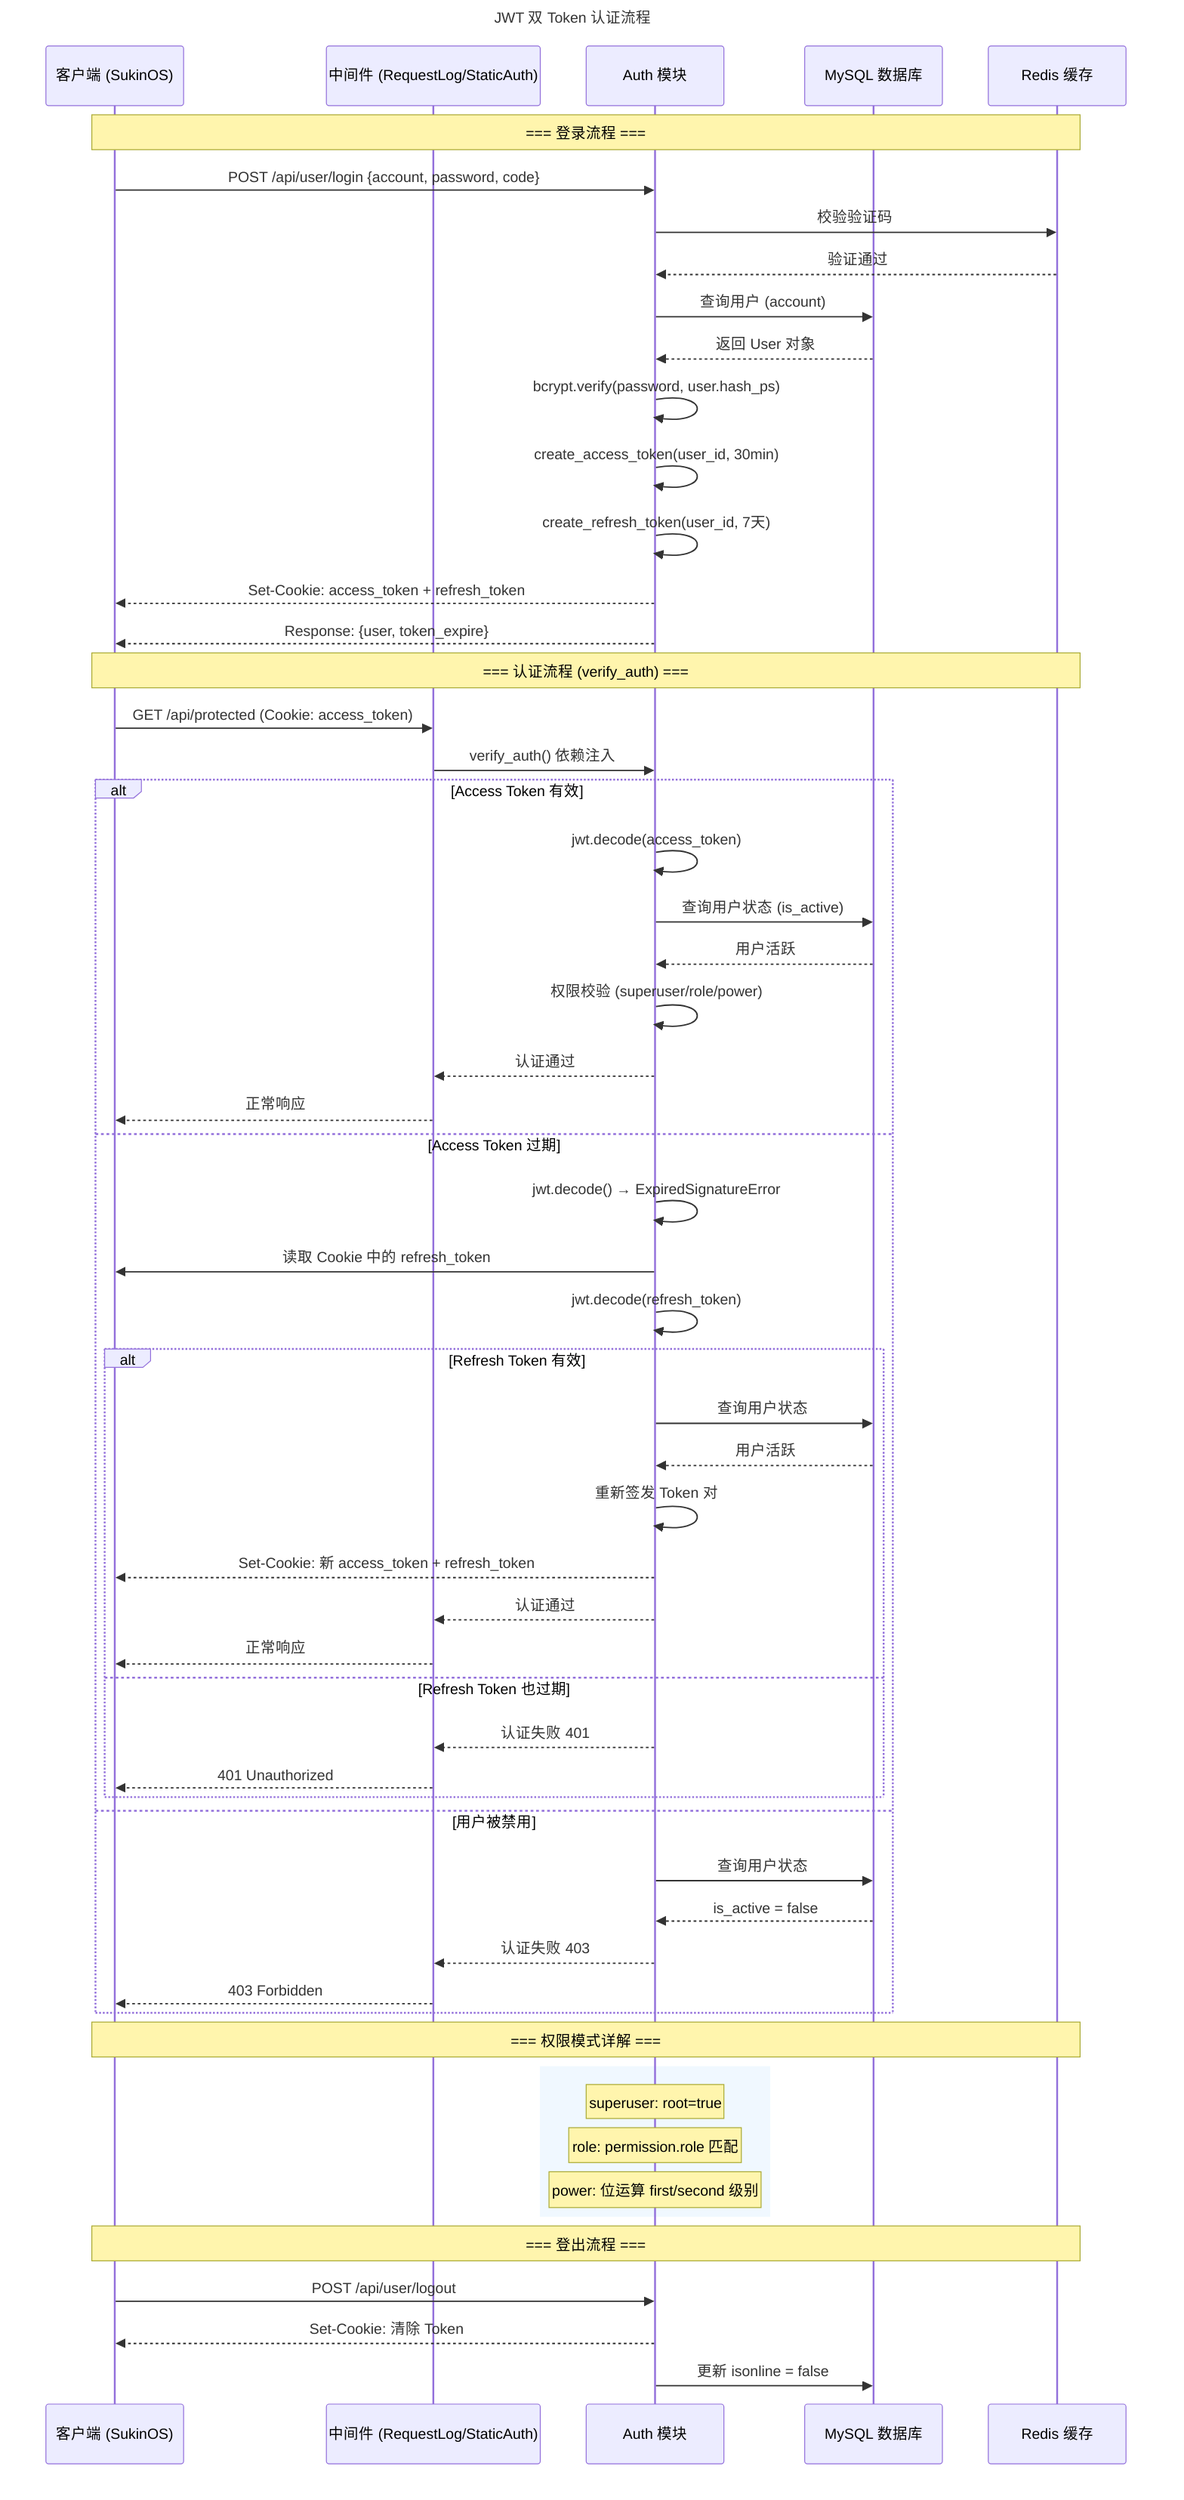
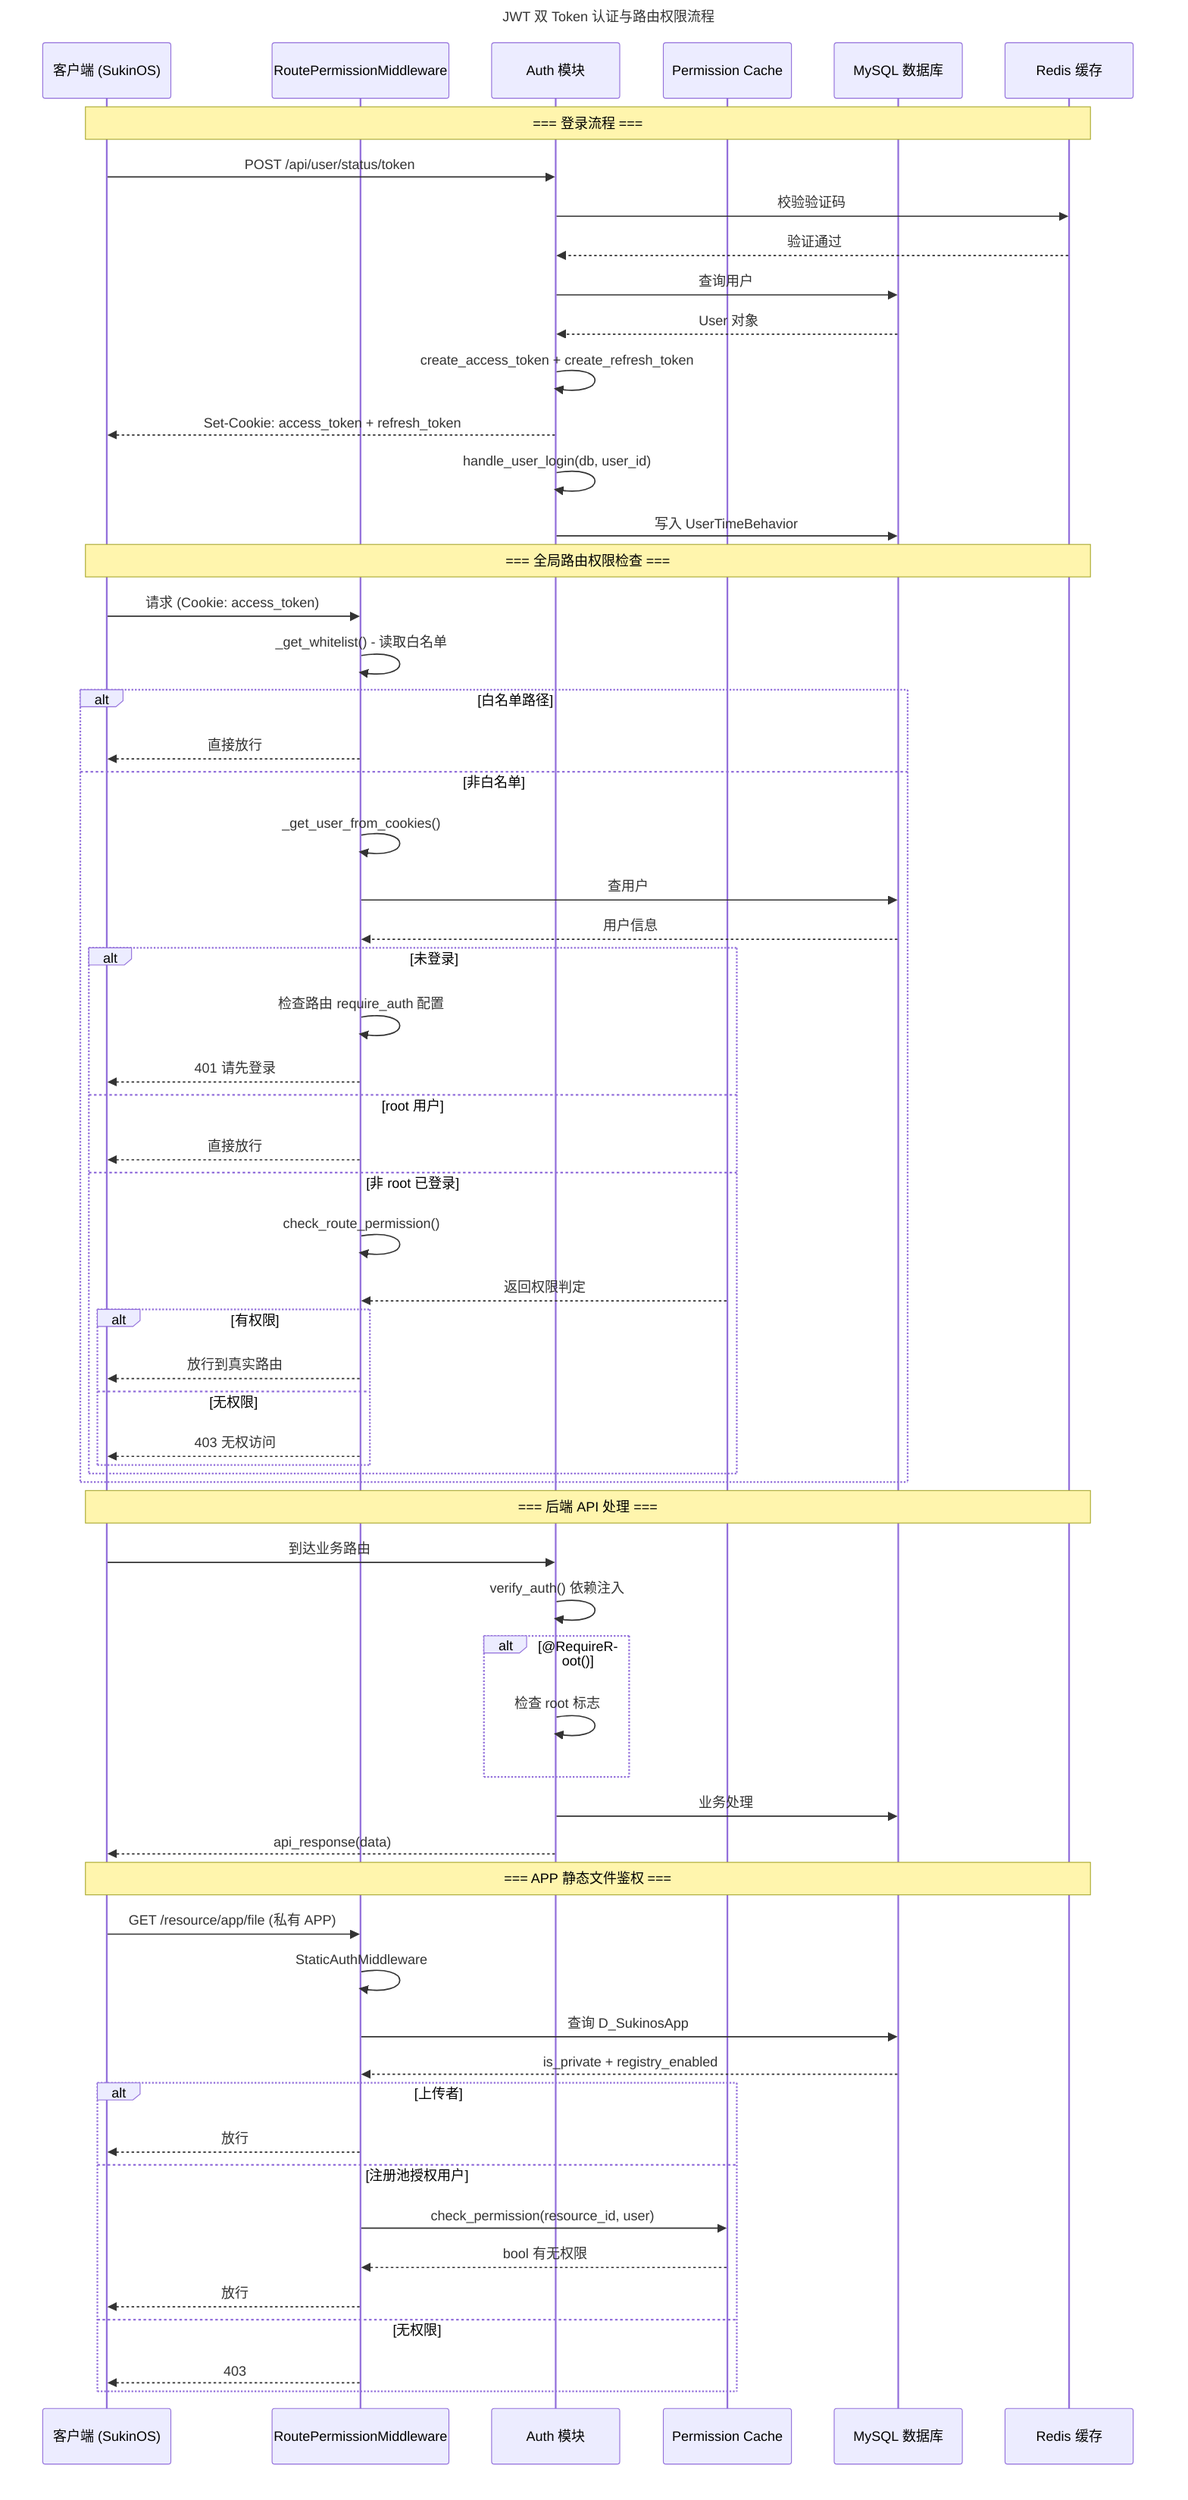
---
- title: JWT 双 Token 认证流程
+ title: JWT 双 Token 认证与路由权限流程
---
sequenceDiagram
    participant C as 客户端 (SukinOS)
-     participant M as 中间件 (RequestLog/StaticAuth)
+     participant R as RoutePermissionMiddleware
    participant A as Auth 模块
+     participant P as Permission Cache
    participant DB as MySQL 数据库
-     participant R as Redis 缓存
+     participant RD as Redis 缓存

-     Note over C,R: === 登录流程 ===
-     C->>A: POST /api/user/login {account, password, code}
-     A->>R: 校验验证码
-     R-->>A: 验证通过
-     A->>DB: 查询用户 (account)
-     DB-->>A: 返回 User 对象
-     A->>A: bcrypt.verify(password, user.hash_ps)
-     A->>A: create_access_token(user_id, 30min)
-     A->>A: create_refresh_token(user_id, 7天)
+     Note over C,RD: === 登录流程 ===
+     C->>A: POST /api/user/status/token
+     A->>RD: 校验验证码
+     RD-->>A: 验证通过
+     A->>DB: 查询用户
+     DB-->>A: User 对象
+     A->>A: create_access_token + create_refresh_token
    A-->>C: Set-Cookie: access_token + refresh_token
-     A-->>C: Response: {user, token_expire}
+     A->>A: handle_user_login(db, user_id)
+     A->>DB: 写入 UserTimeBehavior

-     Note over C,R: === 认证流程 (verify_auth) ===
-     C->>M: GET /api/protected (Cookie: access_token)
-     M->>A: verify_auth() 依赖注入
+     Note over C,RD: === 全局路由权限检查 ===
+     C->>R: 请求 (Cookie: access_token)
+     R->>R: _get_whitelist() - 读取白名单

-     alt Access Token 有效
-         A->>A: jwt.decode(access_token)
-         A->>DB: 查询用户状态 (is_active)
-         DB-->>A: 用户活跃
-         A->>A: 权限校验 (superuser/role/power)
-         A-->>M: 认证通过
-         M-->>C: 正常响应
-     else Access Token 过期
-         A->>A: jwt.decode() → ExpiredSignatureError
-         A->>C: 读取 Cookie 中的 refresh_token
-         A->>A: jwt.decode(refresh_token)
+     alt 白名单路径
+         R-->>C: 直接放行
+     else 非白名单
+         R->>R: _get_user_from_cookies()
+         R->>DB: 查用户
+         DB-->>R: 用户信息

-         alt Refresh Token 有效
-             A->>DB: 查询用户状态
-             DB-->>A: 用户活跃
-             A->>A: 重新签发 Token 对
-             A-->>C: Set-Cookie: 新 access_token + refresh_token
-             A-->>M: 认证通过
-             M-->>C: 正常响应
-         else Refresh Token 也过期
-             A-->>M: 认证失败 401
-             M-->>C: 401 Unauthorized
+         alt 未登录
+             R->>R: 检查路由 require_auth 配置
+             R-->>C: 401 请先登录
+         else root 用户
+             R-->>C: 直接放行
+         else 非 root 已登录
+             R->>R: check_route_permission()
+             P-->>R: 返回权限判定
+             alt 有权限
+                 R-->>C: 放行到真实路由
+             else 无权限
+                 R-->>C: 403 无权访问
+             end
        end
-     else 用户被禁用
-         A->>DB: 查询用户状态
-         DB-->>A: is_active = false
-         A-->>M: 认证失败 403
-         M-->>C: 403 Forbidden
    end

-     Note over C,R: === 权限模式详解 ===
-     rect rgb(240, 248, 255)
-         Note over A: superuser: root=true
-         Note over A: role: permission.role 匹配
-         Note over A: power: 位运算 first/second 级别
+     Note over C,RD: === 后端 API 处理 ===
+     C->>A: 到达业务路由
+     A->>A: verify_auth() 依赖注入
+     alt @RequireRoot()
+         A->>A: 检查 root 标志
    end
+     A->>DB: 业务处理
+     A-->>C: api_response(data)

-     Note over C,R: === 登出流程 ===
-     C->>A: POST /api/user/logout
-     A-->>C: Set-Cookie: 清除 Token
-     A->>DB: 更新 isonline = false
+     Note over C,RD: === APP 静态文件鉴权 ===
+     C->>R: GET /resource/app/file (私有 APP)
+     R->>R: StaticAuthMiddleware
+     R->>DB: 查询 D_SukinosApp
+     DB-->>R: is_private + registry_enabled
+     alt 上传者
+         R-->>C: 放行
+     else 注册池授权用户
+         R->>P: check_permission(resource_id, user)
+         P-->>R: bool 有无权限
+         R-->>C: 放行
+     else 无权限
+         R-->>C: 403
+     end